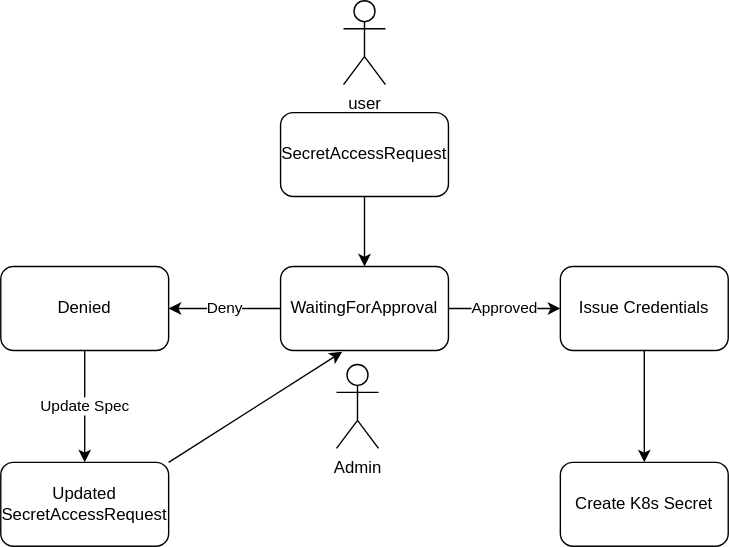
The draw.io diagram content/post/kubevault-v2021-09-27/secret-access-request.svg in appscode/blog, before a commit. Source tidied: cells renumbered, new cells last; positions are measured from the earlier drawing's top-left corner, leaving out a move shared by most shapes. Its diagram source:
```xml
<mxGraphModel>
  <root>
    <mxCell id="0" />
    <mxCell id="1" parent="0" />
    <mxCell id="2" style="edgeStyle=orthogonalEdgeStyle;rounded=0;jettySize=auto;html=1;" parent="1" edge="1" source="3" target="6">
      <mxGeometry relative="1" as="geometry" />
    </mxCell>
    <mxCell id="3" value="SecretAccessRequest" style="rounded=1;whiteSpace=wrap;html=1;" parent="1" vertex="1">
      <mxGeometry x="200" y="80" width="120" height="60" as="geometry" />
    </mxCell>
    <mxCell id="4" value="Approved" style="edgeStyle=orthogonalEdgeStyle;rounded=0;jettySize=auto;html=1;" parent="1" edge="1" source="6" target="8">
      <mxGeometry relative="1" as="geometry" />
    </mxCell>
    <mxCell id="5" value="Deny" style="edgeStyle=orthogonalEdgeStyle;rounded=0;jettySize=auto;html=1;" parent="1" edge="1" source="6" target="10">
      <mxGeometry relative="1" as="geometry" />
    </mxCell>
    <mxCell id="6" value="WaitingForApproval" style="whiteSpace=wrap;html=1;rounded=1;" parent="1" vertex="1">
      <mxGeometry x="200" y="190" width="120" height="60" as="geometry" />
    </mxCell>
    <mxCell id="7" style="edgeStyle=orthogonalEdgeStyle;rounded=0;jettySize=auto;html=1;" parent="1" edge="1" source="8" target="11">
      <mxGeometry relative="1" as="geometry" />
    </mxCell>
    <mxCell id="8" value="Issue Credentials" style="whiteSpace=wrap;html=1;rounded=1;" parent="1" vertex="1">
      <mxGeometry x="400" y="190" width="120" height="60" as="geometry" />
    </mxCell>
    <mxCell id="9" value="Update Spec" style="edgeStyle=orthogonalEdgeStyle;rounded=0;jettySize=auto;html=1;" parent="1" edge="1" source="10" target="14">
      <mxGeometry relative="1" as="geometry" />
    </mxCell>
    <mxCell id="10" value="Denied" style="whiteSpace=wrap;html=1;rounded=1;" parent="1" vertex="1">
      <mxGeometry y="190" width="120" height="60" as="geometry" />
    </mxCell>
    <mxCell id="11" value="Create K8s Secret" style="whiteSpace=wrap;html=1;rounded=1;" parent="1" vertex="1">
      <mxGeometry x="400" y="330" width="120" height="60" as="geometry" />
    </mxCell>
    <mxCell id="12" value="user" style="shape=umlActor;verticalLabelPosition=bottom;verticalAlign=top;html=1;" parent="1" vertex="1">
      <mxGeometry x="245" width="30" height="60" as="geometry" />
    </mxCell>
    <mxCell id="13" value="Admin" style="shape=umlActor;verticalLabelPosition=bottom;verticalAlign=top;html=1;" parent="1" vertex="1">
      <mxGeometry x="240" y="260" width="30" height="60" as="geometry" />
    </mxCell>
    <mxCell id="14" value="Updated SecretAccessRequest" style="whiteSpace=wrap;html=1;rounded=1;" parent="1" vertex="1">
      <mxGeometry y="330" width="120" height="60" as="geometry" />
    </mxCell>
    <mxCell id="15" style="endArrow=classic;html=1;entryX=0.367;entryY=1.017;entryDx=0;entryDy=0;entryPerimeter=0;exitX=1;exitY=0;exitDx=0;exitDy=0;" parent="1" edge="1" source="14" target="6">
      <mxGeometry relative="1" as="geometry" />
    </mxCell>
  </root>
</mxGraphModel>
```
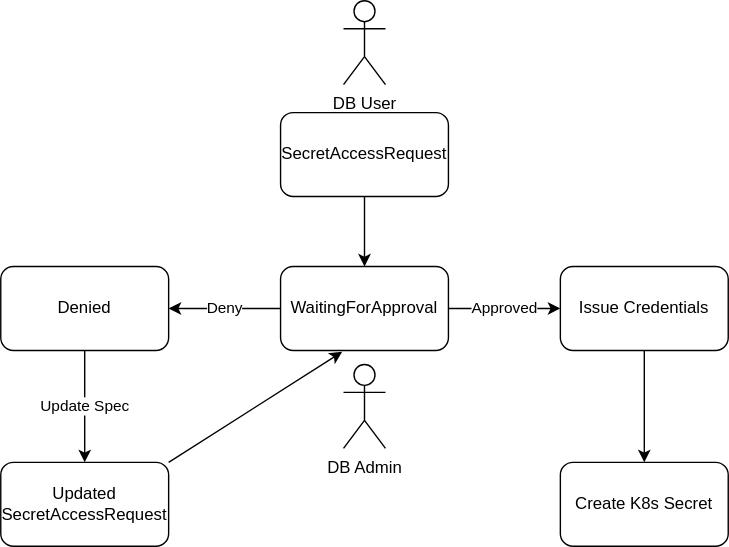
After the commit.

What changed in the source:
```diff
@@ -32,11 +32,11 @@
     <mxCell id="11" value="Create K8s Secret" style="whiteSpace=wrap;html=1;rounded=1;" parent="1" vertex="1">
       <mxGeometry x="400" y="330" width="120" height="60" as="geometry" />
     </mxCell>
-    <mxCell id="12" value="user" style="shape=umlActor;verticalLabelPosition=bottom;verticalAlign=top;html=1;" parent="1" vertex="1">
+    <mxCell id="12" value="DB User" style="shape=umlActor;verticalLabelPosition=bottom;verticalAlign=top;html=1;" parent="1" vertex="1">
       <mxGeometry x="245" width="30" height="60" as="geometry" />
     </mxCell>
-    <mxCell id="13" value="Admin" style="shape=umlActor;verticalLabelPosition=bottom;verticalAlign=top;html=1;" parent="1" vertex="1">
-      <mxGeometry x="240" y="260" width="30" height="60" as="geometry" />
+    <mxCell id="13" value="DB Admin" style="shape=umlActor;verticalLabelPosition=bottom;verticalAlign=top;html=1;" parent="1" vertex="1">
+      <mxGeometry x="245" y="260" width="30" height="60" as="geometry" />
     </mxCell>
     <mxCell id="14" value="Updated SecretAccessRequest" style="whiteSpace=wrap;html=1;rounded=1;" parent="1" vertex="1">
       <mxGeometry y="330" width="120" height="60" as="geometry" />
```
